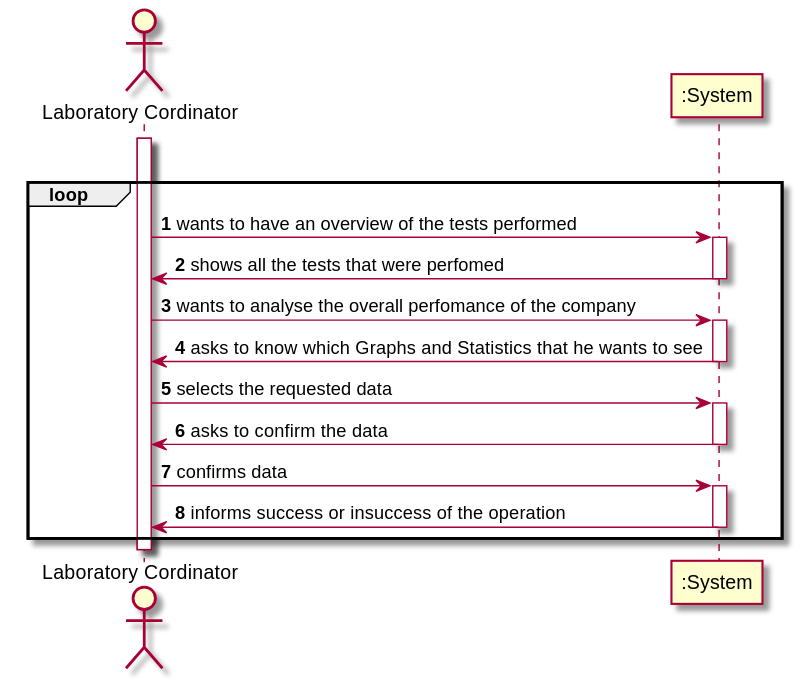
Above: docs/SprintD/US16/US16-SSD.svg in jsmarques98/LAPR2-ISEP (PlantUML), before the change. Source of this version:
```plantuml
@startuml

autonumber

actor  "Laboratory Cordinator" as LC

participant ":System" as System

loop
activate LC

loop
LC -> System: wants to have an overview of the tests performed

activate System

System -> LC: shows all the tests that were perfomed

deactivate System

LC -> System:  wants to analyse the overall perfomance of the company

activate System

System -> LC: asks to know which Graphs and Statistics that he wants to see

deactivate System

LC -> System: selects the requested data

activate System

System -> LC: asks to confirm the data

deactivate System

LC -> System: confirms data

activate System

System -> LC: informs success or insuccess of the operation

deactivate System
end
@enduml
```
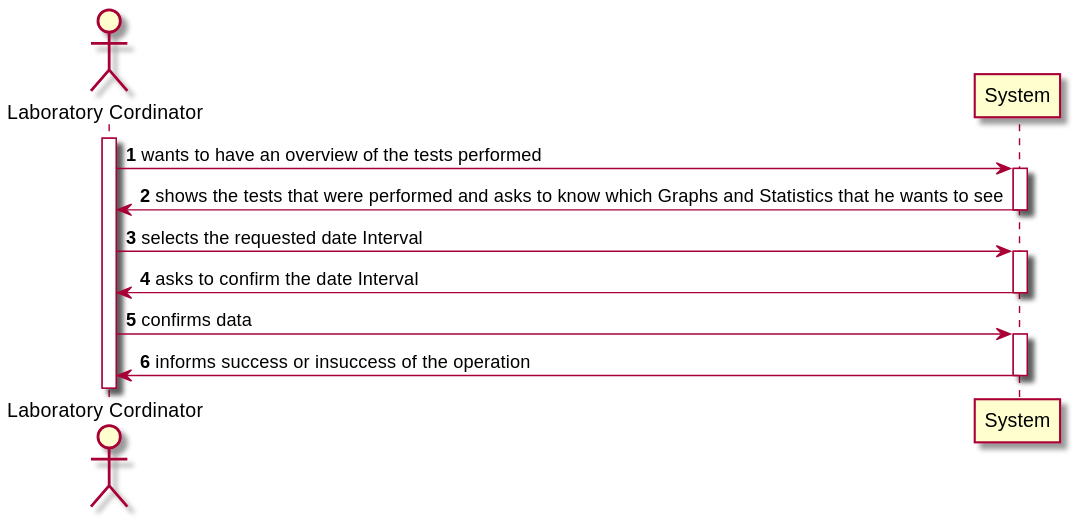
The same file after the commit.

Change to the diagram source:
```diff
@@ -4,42 +4,30 @@
 
 actor  "Laboratory Cordinator" as LC
 
-participant ":System" as System
+participant System
 
-loop
 activate LC
 
-loop
+
 LC -> System: wants to have an overview of the tests performed
+activate System
+
+System -> LC: shows the tests that were performed and asks to know which Graphs and Statistics that he wants to see
+
+
+deactivate System
+LC -> System: selects the requested date Interval
 
 activate System
 
-System -> LC: shows all the tests that were perfomed
-
-deactivate System
-
-LC -> System:  wants to analyse the overall perfomance of the company
-
-activate System
-
-System -> LC: asks to know which Graphs and Statistics that he wants to see
-
-deactivate System
-
-LC -> System: selects the requested data
-
-activate System
-
-System -> LC: asks to confirm the data
+System -> LC: asks to confirm the date Interval
 
 deactivate System
 
 LC -> System: confirms data
-
 activate System
-
 System -> LC: informs success or insuccess of the operation
 
 deactivate System
-end
+
 @enduml
```
